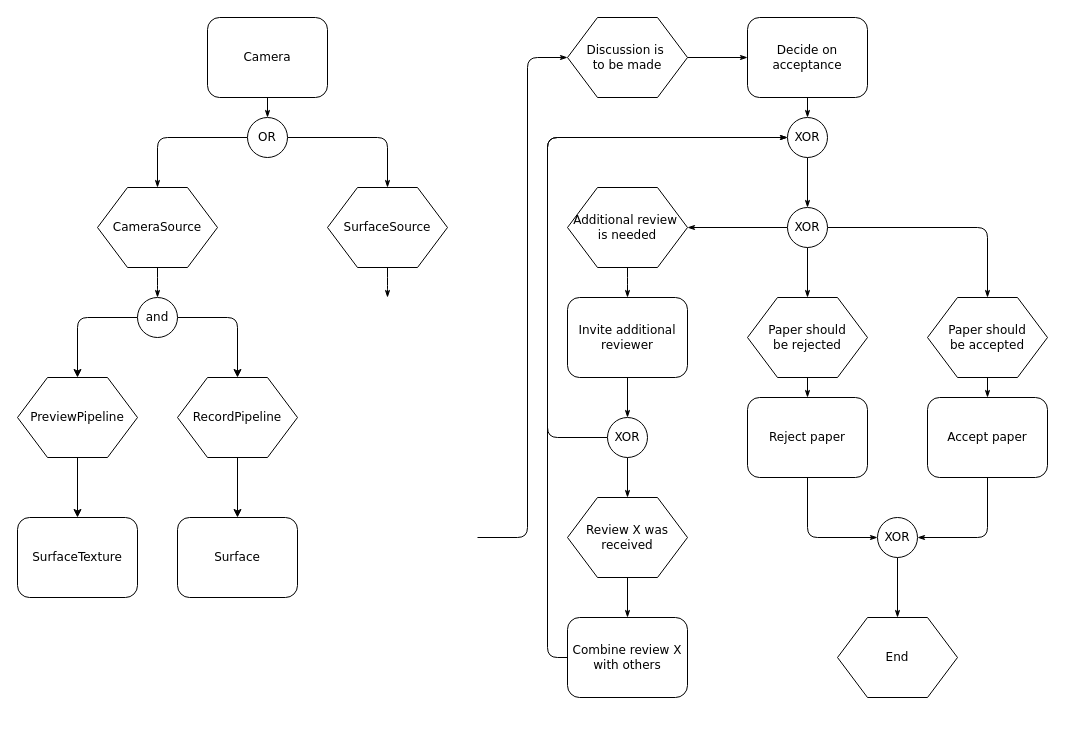
z360394624/design keeps this draw.io diagram as 未命名绘图.drawio. Above is the earlier version. Source tidied: cells renumbered, new cells numbered last; positions are measured from the earlier drawing's top-left corner, leaving out a move shared by most shapes. Both pictures are drawn from the tidied source at 100%, with x=0, y=0 at pixel (17, 17).
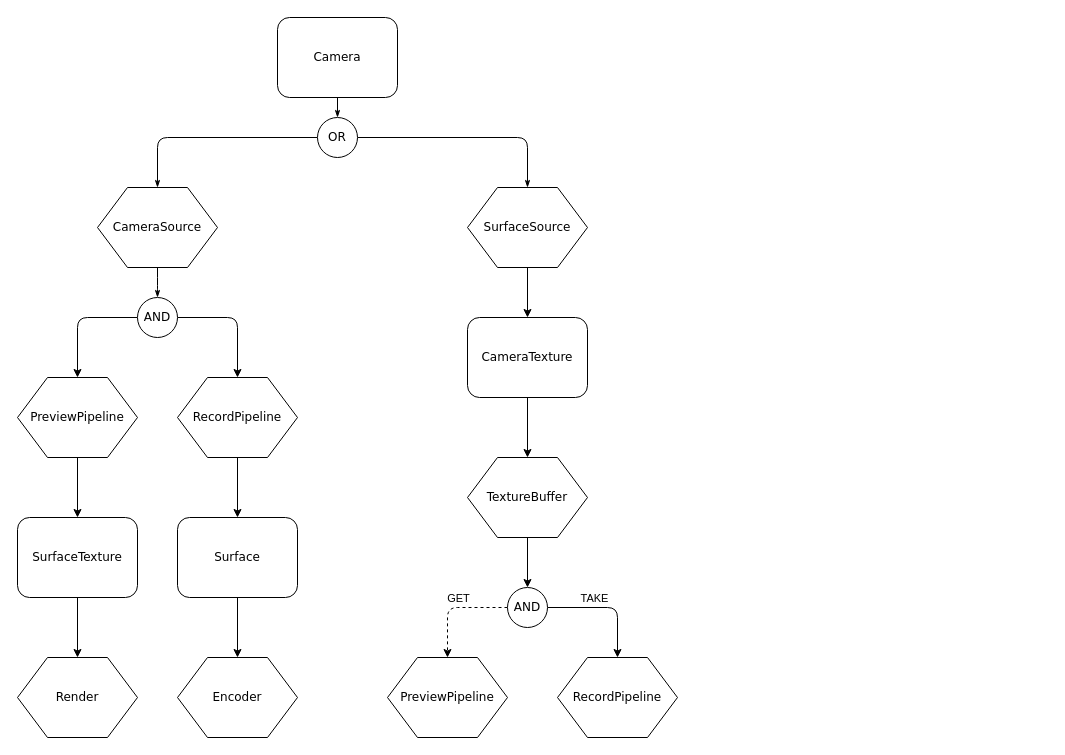
The same diagram, later.

The change refers to these unchanged cells:
```xml
<mxCell id="51" value="SurfaceTexture" style="rounded=1;whiteSpace=wrap;html=1;shadow=0;labelBackgroundColor=none;strokeWidth=1;fontFamily=Verdana;fontSize=12;align=center;" parent="1" vertex="1">
  <mxGeometry y="500" width="120" height="80" as="geometry" />
</mxCell>
<mxCell id="52" value="Surface" style="rounded=1;whiteSpace=wrap;html=1;shadow=0;labelBackgroundColor=none;strokeWidth=1;fontFamily=Verdana;fontSize=12;align=center;" parent="1" vertex="1">
  <mxGeometry x="160" y="500" width="120" height="80" as="geometry" />
</mxCell>
```

The edit, as a diff of the source:
```diff
@@
     <mxCell id="3" value="Camera" style="rounded=1;whiteSpace=wrap;html=1;shadow=0;labelBackgroundColor=none;strokeWidth=1;fontFamily=Verdana;fontSize=12;align=center;" parent="1" vertex="1">
-      <mxGeometry x="190" width="120" height="80" as="geometry" />
+      <mxGeometry x="260" width="120" height="80" as="geometry" />
     </mxCell>
@@
     <mxCell id="6" value="OR" style="ellipse;whiteSpace=wrap;html=1;rounded=1;shadow=0;labelBackgroundColor=none;strokeWidth=1;fontFamily=Verdana;fontSize=12;align=center;" parent="1" vertex="1">
-      <mxGeometry x="230" y="100" width="40" height="40" as="geometry" />
+      <mxGeometry x="300" y="100" width="40" height="40" as="geometry" />
     </mxCell>
@@
-    <mxCell id="9" style="edgeStyle=orthogonalEdgeStyle;rounded=1;html=1;labelBackgroundColor=none;startArrow=none;startFill=0;startSize=5;endArrow=classicThin;endFill=1;endSize=5;jettySize=auto;strokeWidth=1;fontFamily=Verdana;fontSize=8;" parent="1" edge="1" source="10">
-      <mxGeometry relative="1" as="geometry">
-        <mxPoint x="370" y="280" as="targetPoint" />
-      </mxGeometry>
-    </mxCell>
+    <mxCell id="53" style="edgeStyle=orthogonalEdgeStyle;rounded=0;jettySize=auto;html=1;entryX=0.5;entryY=0;entryDx=0;entryDy=0;" parent="1" edge="1" source="10" target="57">
+      <mxGeometry relative="1" as="geometry" />
+    </mxCell>
     <mxCell id="10" value="SurfaceSource" style="shape=hexagon;perimeter=hexagonPerimeter;whiteSpace=wrap;html=1;rounded=0;shadow=0;labelBackgroundColor=none;strokeWidth=1;fontFamily=Verdana;fontSize=12;align=center;" parent="1" vertex="1">
-      <mxGeometry x="310" y="170" width="120" height="80" as="geometry" />
+      <mxGeometry x="450" y="170" width="120" height="80" as="geometry" />
     </mxCell>
-    <mxCell id="11" style="edgeStyle=orthogonalEdgeStyle;rounded=1;html=1;labelBackgroundColor=none;startArrow=none;startFill=0;startSize=5;endArrow=classicThin;endFill=1;endSize=5;jettySize=auto;strokeWidth=1;fontFamily=Verdana;fontSize=8;" parent="1" edge="1" target="13">
-      <mxGeometry relative="1" as="geometry">
-        <mxPoint x="460" y="520" as="sourcePoint" />
-        <Array as="points">
-          <mxPoint x="510" y="520" />
-          <mxPoint x="510" y="40" />
-        </Array>
-      </mxGeometry>
-    </mxCell>
-    <mxCell id="12" style="edgeStyle=orthogonalEdgeStyle;rounded=1;html=1;labelBackgroundColor=none;startArrow=none;startFill=0;startSize=5;endArrow=classicThin;endFill=1;endSize=5;jettySize=auto;strokeWidth=1;fontFamily=Verdana;fontSize=8;" parent="1" edge="1" source="13" target="15">
-      <mxGeometry relative="1" as="geometry" />
-    </mxCell>
-    <mxCell id="13" value="Discussion is&amp;nbsp;&lt;div&gt;to be made&lt;/div&gt;" style="shape=hexagon;perimeter=hexagonPerimeter;whiteSpace=wrap;html=1;rounded=0;shadow=0;labelBackgroundColor=none;strokeWidth=1;fontFamily=Verdana;fontSize=12;align=center;" parent="1" vertex="1">
-      <mxGeometry x="550" width="120" height="80" as="geometry" />
-    </mxCell>
-    <mxCell id="14" style="edgeStyle=orthogonalEdgeStyle;rounded=1;html=1;labelBackgroundColor=none;startArrow=none;startFill=0;startSize=5;endArrow=classicThin;endFill=1;endSize=5;jettySize=auto;strokeWidth=1;fontFamily=Verdana;fontSize=8;" parent="1" edge="1" source="15" target="17">
-      <mxGeometry relative="1" as="geometry" />
-    </mxCell>
-    <mxCell id="15" value="Decide on acceptance" style="rounded=1;whiteSpace=wrap;html=1;shadow=0;labelBackgroundColor=none;strokeWidth=1;fontFamily=Verdana;fontSize=12;align=center;" parent="1" vertex="1">
-      <mxGeometry x="730" width="120" height="80" as="geometry" />
-    </mxCell>
-    <mxCell id="16" style="edgeStyle=orthogonalEdgeStyle;rounded=1;html=1;labelBackgroundColor=none;startArrow=none;startFill=0;startSize=5;endArrow=classicThin;endFill=1;endSize=5;jettySize=auto;strokeColor=#000000;strokeWidth=1;fontFamily=Verdana;fontSize=8;fontColor=#000000;" parent="1" edge="1" source="17" target="23">
-      <mxGeometry relative="1" as="geometry" />
-    </mxCell>
-    <mxCell id="17" value="XOR" style="ellipse;whiteSpace=wrap;html=1;rounded=1;shadow=0;labelBackgroundColor=none;strokeWidth=1;fontFamily=Verdana;fontSize=12;align=center;" parent="1" vertex="1">
-      <mxGeometry x="770" y="100" width="40" height="40" as="geometry" />
-    </mxCell>
-    <mxCell id="18" style="edgeStyle=orthogonalEdgeStyle;rounded=1;html=1;labelBackgroundColor=none;startArrow=none;startFill=0;startSize=5;endArrow=classicThin;endFill=1;endSize=5;jettySize=auto;strokeWidth=1;fontFamily=Verdana;fontSize=8;" parent="1" edge="1" source="19" target="25">
-      <mxGeometry relative="1" as="geometry" />
-    </mxCell>
-    <mxCell id="19" value="Additional review&amp;nbsp;&lt;div&gt;is needed&lt;/div&gt;" style="shape=hexagon;perimeter=hexagonPerimeter;whiteSpace=wrap;html=1;rounded=0;shadow=0;labelBackgroundColor=none;strokeWidth=1;fontFamily=Verdana;fontSize=12;align=center;" parent="1" vertex="1">
-      <mxGeometry x="550" y="170" width="120" height="80" as="geometry" />
-    </mxCell>
-    <mxCell id="20" style="edgeStyle=orthogonalEdgeStyle;rounded=1;html=1;labelBackgroundColor=none;startArrow=none;startFill=0;startSize=5;endArrow=classicThin;endFill=1;endSize=5;jettySize=auto;strokeColor=#000000;strokeWidth=1;fontFamily=Verdana;fontSize=8;fontColor=#000000;" parent="1" edge="1" source="23" target="27">
-      <mxGeometry relative="1" as="geometry" />
-    </mxCell>
-    <mxCell id="21" style="edgeStyle=orthogonalEdgeStyle;rounded=1;html=1;labelBackgroundColor=none;startArrow=none;startFill=0;startSize=5;endArrow=classicThin;endFill=1;endSize=5;jettySize=auto;strokeColor=#000000;strokeWidth=1;fontFamily=Verdana;fontSize=8;fontColor=#000000;" parent="1" edge="1" source="23" target="29">
-      <mxGeometry relative="1" as="geometry" />
-    </mxCell>
-    <mxCell id="22" style="edgeStyle=orthogonalEdgeStyle;rounded=1;html=1;labelBackgroundColor=none;startArrow=none;startFill=0;startSize=5;endArrow=classicThin;endFill=1;endSize=5;jettySize=auto;strokeColor=#000000;strokeWidth=1;fontFamily=Verdana;fontSize=8;fontColor=#000000;" parent="1" edge="1" source="23" target="19">
-      <mxGeometry relative="1" as="geometry" />
-    </mxCell>
-    <mxCell id="23" value="XOR" style="ellipse;whiteSpace=wrap;html=1;rounded=1;shadow=0;labelBackgroundColor=none;strokeWidth=1;fontFamily=Verdana;fontSize=12;align=center;" parent="1" vertex="1">
-      <mxGeometry x="770" y="190" width="40" height="40" as="geometry" />
-    </mxCell>
-    <mxCell id="24" style="edgeStyle=orthogonalEdgeStyle;rounded=1;html=1;labelBackgroundColor=none;startArrow=none;startFill=0;startSize=5;endArrow=classicThin;endFill=1;endSize=5;jettySize=auto;strokeWidth=1;fontFamily=Verdana;fontSize=8;" parent="1" edge="1" source="25" target="32">
-      <mxGeometry relative="1" as="geometry" />
-    </mxCell>
-    <mxCell id="25" value="Invite additional reviewer" style="rounded=1;whiteSpace=wrap;html=1;shadow=0;labelBackgroundColor=none;strokeWidth=1;fontFamily=Verdana;fontSize=12;align=center;" parent="1" vertex="1">
-      <mxGeometry x="550" y="280" width="120" height="80" as="geometry" />
-    </mxCell>
-    <mxCell id="26" style="edgeStyle=orthogonalEdgeStyle;rounded=1;html=1;labelBackgroundColor=none;startArrow=none;startFill=0;startSize=5;endArrow=classicThin;endFill=1;endSize=5;jettySize=auto;strokeWidth=1;fontFamily=Verdana;fontSize=8;" parent="1" edge="1" source="27" target="34">
-      <mxGeometry relative="1" as="geometry" />
-    </mxCell>
-    <mxCell id="27" value="Paper should&lt;div&gt;be rejected&lt;/div&gt;" style="shape=hexagon;perimeter=hexagonPerimeter;whiteSpace=wrap;html=1;rounded=0;shadow=0;labelBackgroundColor=none;strokeWidth=1;fontFamily=Verdana;fontSize=12;align=center;" parent="1" vertex="1">
-      <mxGeometry x="730" y="280" width="120" height="80" as="geometry" />
-    </mxCell>
-    <mxCell id="28" style="edgeStyle=orthogonalEdgeStyle;rounded=1;html=1;labelBackgroundColor=none;startArrow=none;startFill=0;startSize=5;endArrow=classicThin;endFill=1;endSize=5;jettySize=auto;strokeWidth=1;fontFamily=Verdana;fontSize=8;" parent="1" edge="1" source="29" target="36">
-      <mxGeometry relative="1" as="geometry" />
-    </mxCell>
-    <mxCell id="29" value="Paper should&lt;div&gt;be accepted&lt;/div&gt;" style="shape=hexagon;perimeter=hexagonPerimeter;whiteSpace=wrap;html=1;rounded=0;shadow=0;labelBackgroundColor=none;strokeWidth=1;fontFamily=Verdana;fontSize=12;align=center;" parent="1" vertex="1">
-      <mxGeometry x="910" y="280" width="120" height="80" as="geometry" />
+    <mxCell id="29" value="Encoder" style="shape=hexagon;perimeter=hexagonPerimeter;whiteSpace=wrap;html=1;rounded=0;shadow=0;labelBackgroundColor=none;strokeWidth=1;fontFamily=Verdana;fontSize=12;align=center;" parent="1" vertex="1">
+      <mxGeometry x="160" y="640" width="120" height="80" as="geometry" />
     </mxCell>
-    <mxCell id="30" style="edgeStyle=orthogonalEdgeStyle;rounded=1;html=1;labelBackgroundColor=none;startArrow=none;startFill=0;startSize=5;endArrow=classicThin;endFill=1;endSize=5;jettySize=auto;strokeWidth=1;fontFamily=Verdana;fontSize=8;" parent="1" edge="1" source="32" target="38">
-      <mxGeometry relative="1" as="geometry" />
-    </mxCell>
-    <mxCell id="31" style="edgeStyle=orthogonalEdgeStyle;rounded=1;html=1;labelBackgroundColor=none;startArrow=none;startFill=0;startSize=5;endArrow=classicThin;endFill=1;endSize=5;jettySize=auto;strokeWidth=1;fontFamily=Verdana;fontSize=8;" parent="1" edge="1" source="32" target="17">
-      <mxGeometry relative="1" as="geometry">
-        <Array as="points">
-          <mxPoint x="530" y="420" />
-          <mxPoint x="530" y="120" />
-        </Array>
-      </mxGeometry>
-    </mxCell>
-    <mxCell id="32" value="XOR" style="ellipse;whiteSpace=wrap;html=1;rounded=1;shadow=0;labelBackgroundColor=none;strokeWidth=1;fontFamily=Verdana;fontSize=12;align=center;" parent="1" vertex="1">
-      <mxGeometry x="590" y="400" width="40" height="40" as="geometry" />
-    </mxCell>
-    <mxCell id="33" style="edgeStyle=orthogonalEdgeStyle;rounded=1;html=1;labelBackgroundColor=none;startArrow=none;startFill=0;startSize=5;endArrow=classicThin;endFill=1;endSize=5;jettySize=auto;strokeWidth=1;fontFamily=Verdana;fontSize=8;" parent="1" edge="1" source="34" target="40">
-      <mxGeometry relative="1" as="geometry">
-        <Array as="points">
-          <mxPoint x="790" y="520" />
-        </Array>
-      </mxGeometry>
-    </mxCell>
-    <mxCell id="34" value="Reject paper" style="rounded=1;whiteSpace=wrap;html=1;shadow=0;labelBackgroundColor=none;strokeWidth=1;fontFamily=Verdana;fontSize=12;align=center;" parent="1" vertex="1">
-      <mxGeometry x="730" y="380" width="120" height="80" as="geometry" />
-    </mxCell>
-    <mxCell id="35" style="edgeStyle=orthogonalEdgeStyle;rounded=1;html=1;labelBackgroundColor=none;startArrow=none;startFill=0;startSize=5;endArrow=classicThin;endFill=1;endSize=5;jettySize=auto;strokeWidth=1;fontFamily=Verdana;fontSize=8;" parent="1" edge="1" source="36" target="40">
-      <mxGeometry relative="1" as="geometry">
-        <Array as="points">
-          <mxPoint x="970" y="520" />
-        </Array>
-      </mxGeometry>
-    </mxCell>
-    <mxCell id="36" value="Accept paper" style="rounded=1;whiteSpace=wrap;html=1;shadow=0;labelBackgroundColor=none;strokeWidth=1;fontFamily=Verdana;fontSize=12;align=center;" parent="1" vertex="1">
-      <mxGeometry x="910" y="380" width="120" height="80" as="geometry" />
-    </mxCell>
-    <mxCell id="37" style="edgeStyle=orthogonalEdgeStyle;rounded=1;html=1;labelBackgroundColor=none;startArrow=none;startFill=0;startSize=5;endArrow=classicThin;endFill=1;endSize=5;jettySize=auto;strokeWidth=1;fontFamily=Verdana;fontSize=8;" parent="1" edge="1" source="38" target="43">
-      <mxGeometry relative="1" as="geometry" />
-    </mxCell>
-    <mxCell id="38" value="Review X was received" style="shape=hexagon;perimeter=hexagonPerimeter;whiteSpace=wrap;html=1;rounded=0;shadow=0;labelBackgroundColor=none;strokeWidth=1;fontFamily=Verdana;fontSize=12;align=center;" parent="1" vertex="1">
-      <mxGeometry x="550" y="480" width="120" height="80" as="geometry" />
-    </mxCell>
-    <mxCell id="39" style="edgeStyle=orthogonalEdgeStyle;rounded=1;html=1;labelBackgroundColor=none;startArrow=none;startFill=0;startSize=5;endArrow=classicThin;endFill=1;endSize=5;jettySize=auto;strokeWidth=1;fontFamily=Verdana;fontSize=8;" parent="1" edge="1" source="40" target="41">
-      <mxGeometry relative="1" as="geometry" />
-    </mxCell>
-    <mxCell id="40" value="XOR" style="ellipse;whiteSpace=wrap;html=1;rounded=1;shadow=0;labelBackgroundColor=none;strokeWidth=1;fontFamily=Verdana;fontSize=12;align=center;" parent="1" vertex="1">
-      <mxGeometry x="860" y="500" width="40" height="40" as="geometry" />
-    </mxCell>
-    <mxCell id="41" value="End" style="shape=hexagon;perimeter=hexagonPerimeter;whiteSpace=wrap;html=1;rounded=0;shadow=0;labelBackgroundColor=none;strokeWidth=1;fontFamily=Verdana;fontSize=12;align=center;" parent="1" vertex="1">
-      <mxGeometry x="820" y="600" width="120" height="80" as="geometry" />
-    </mxCell>
-    <mxCell id="42" style="edgeStyle=orthogonalEdgeStyle;rounded=1;html=1;labelBackgroundColor=none;startArrow=none;startFill=0;startSize=5;endArrow=classicThin;endFill=1;endSize=5;jettySize=auto;sstrokeWidth=1;fontFamily=Verdana;fontSize=8;" parent="1" edge="1" source="43" target="17">
-      <mxGeometry relative="1" as="geometry">
-        <Array as="points">
-          <mxPoint x="530" y="640" />
-          <mxPoint x="530" y="120" />
-        </Array>
-      </mxGeometry>
-    </mxCell>
-    <mxCell id="43" value="Combine review X with others" style="rounded=1;whiteSpace=wrap;html=1;shadow=0;labelBackgroundColor=none;strokeWidth=1;fontFamily=Verdana;fontSize=12;align=center;" parent="1" vertex="1">
-      <mxGeometry x="550" y="600" width="120" height="80" as="geometry" />
-    </mxCell>
@@
-    <mxCell id="46" value="and" style="ellipse;whiteSpace=wrap;html=1;rounded=1;shadow=0;labelBackgroundColor=none;strokeWidth=1;fontFamily=Verdana;fontSize=12;align=center;" parent="1" vertex="1">
+    <mxCell id="46" value="AND" style="ellipse;whiteSpace=wrap;html=1;rounded=1;shadow=0;labelBackgroundColor=none;strokeWidth=1;fontFamily=Verdana;fontSize=12;align=center;" parent="1" vertex="1">
       <mxGeometry x="120" y="280" width="40" height="40" as="geometry" />
     </mxCell>
@@
+    <mxCell id="54" style="edgeStyle=orthogonalEdgeStyle;rounded=0;jettySize=auto;html=1;entryX=0.5;entryY=0;entryDx=0;entryDy=0;" parent="1" edge="1" source="51" target="65">
+      <mxGeometry relative="1" as="geometry" />
+    </mxCell>
@@
+    <mxCell id="55" style="edgeStyle=orthogonalEdgeStyle;rounded=0;jettySize=auto;html=1;" parent="1" edge="1" source="52" target="29">
+      <mxGeometry relative="1" as="geometry" />
+    </mxCell>
@@
+    <mxCell id="56" style="edgeStyle=orthogonalEdgeStyle;rounded=0;jettySize=auto;html=1;entryX=0.5;entryY=0;entryDx=0;entryDy=0;" parent="1" edge="1" source="57" target="67">
+      <mxGeometry relative="1" as="geometry" />
+    </mxCell>
+    <mxCell id="57" value="CameraTexture" style="rounded=1;whiteSpace=wrap;html=1;shadow=0;labelBackgroundColor=none;strokeWidth=1;fontFamily=Verdana;fontSize=12;align=center;" parent="1" vertex="1">
+      <mxGeometry x="450" y="300" width="120" height="80" as="geometry" />
+    </mxCell>
+    <mxCell id="58" style="edgeStyle=orthogonalEdgeStyle;rounded=1;jettySize=auto;html=1;entryX=0.5;entryY=0;entryDx=0;entryDy=0;curved=0;dashed=1;" parent="1" edge="1" source="62" target="63">
+      <mxGeometry relative="1" as="geometry">
+        <Array as="points">
+          <mxPoint x="430" y="590" />
+        </Array>
+      </mxGeometry>
+    </mxCell>
+    <mxCell id="59" value="GET" style="edgeLabel;html=1;align=center;verticalAlign=middle;" parent="58" vertex="1">
+      <mxGeometry x="-0.09" y="3" relative="1" as="geometry">
+        <mxPoint y="-13" as="offset" />
+      </mxGeometry>
+    </mxCell>
+    <mxCell id="60" style="edgeStyle=orthogonalEdgeStyle;rounded=1;jettySize=auto;html=1;entryX=0.5;entryY=0;entryDx=0;entryDy=0;curved=0;" parent="1" edge="1" source="62" target="64">
+      <mxGeometry relative="1" as="geometry" />
+    </mxCell>
+    <mxCell id="61" value="TAKE" style="edgeLabel;html=1;align=center;verticalAlign=middle;" parent="60" vertex="1">
+      <mxGeometry x="-0.23" y="-4" relative="1" as="geometry">
+        <mxPoint y="-14" as="offset" />
+      </mxGeometry>
+    </mxCell>
+    <mxCell id="62" value="AND" style="ellipse;whiteSpace=wrap;html=1;rounded=1;shadow=0;labelBackgroundColor=none;strokeWidth=1;fontFamily=Verdana;fontSize=12;align=center;" parent="1" vertex="1">
+      <mxGeometry x="490" y="570" width="40" height="40" as="geometry" />
+    </mxCell>
+    <mxCell id="63" value="PreviewPipeline" style="shape=hexagon;perimeter=hexagonPerimeter;whiteSpace=wrap;html=1;rounded=0;shadow=0;labelBackgroundColor=none;strokeWidth=1;fontFamily=Verdana;fontSize=12;align=center;" parent="1" vertex="1">
+      <mxGeometry x="370" y="640" width="120" height="80" as="geometry" />
+    </mxCell>
+    <mxCell id="64" value="RecordPipeline" style="shape=hexagon;perimeter=hexagonPerimeter;whiteSpace=wrap;html=1;rounded=0;shadow=0;labelBackgroundColor=none;strokeWidth=1;fontFamily=Verdana;fontSize=12;align=center;" parent="1" vertex="1">
+      <mxGeometry x="540" y="640" width="120" height="80" as="geometry" />
+    </mxCell>
+    <mxCell id="65" value="Render" style="shape=hexagon;perimeter=hexagonPerimeter;whiteSpace=wrap;html=1;rounded=0;shadow=0;labelBackgroundColor=none;strokeWidth=1;fontFamily=Verdana;fontSize=12;align=center;" parent="1" vertex="1">
+      <mxGeometry y="640" width="120" height="80" as="geometry" />
+    </mxCell>
+    <mxCell id="66" style="edgeStyle=orthogonalEdgeStyle;rounded=0;jettySize=auto;html=1;entryX=0.5;entryY=0;entryDx=0;entryDy=0;" parent="1" edge="1" source="67" target="62">
+      <mxGeometry relative="1" as="geometry" />
+    </mxCell>
+    <mxCell id="67" value="TextureBuffer" style="shape=hexagon;perimeter=hexagonPerimeter;whiteSpace=wrap;html=1;rounded=0;shadow=0;labelBackgroundColor=none;strokeWidth=1;fontFamily=Verdana;fontSize=12;align=center;" parent="1" vertex="1">
+      <mxGeometry x="450" y="440" width="120" height="80" as="geometry" />
+    </mxCell>
```
